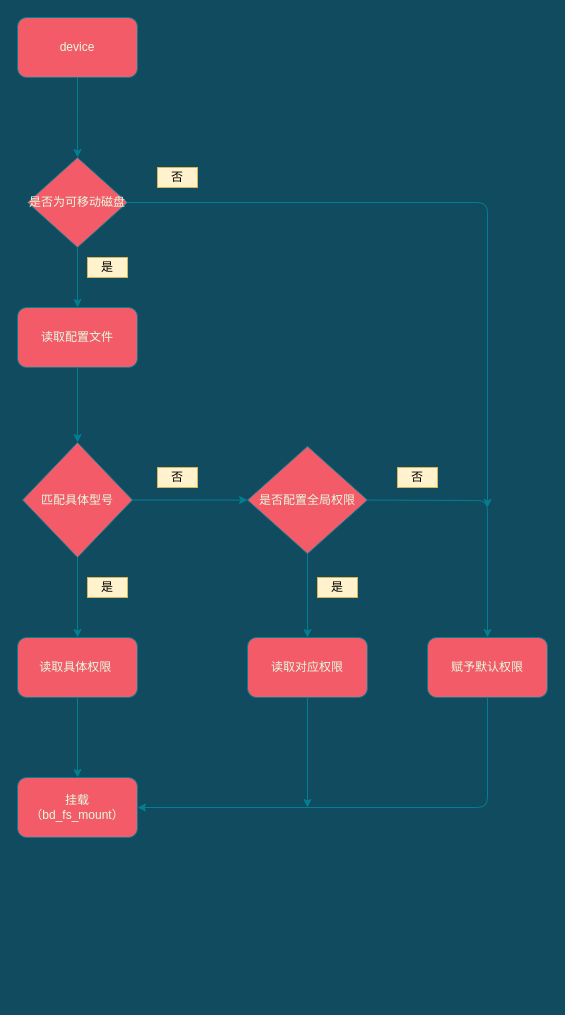
Above: udisks2-control.drawio in lishengyu/mk (draw.io), before the change. Source tidied: cells renumbered, new cells numbered last; positions are measured from the earlier drawing's top-left corner, leaving out a move shared by most shapes. Both pictures are drawn from the tidied source at 100%, with x=0, y=0 at pixel (17, 17).
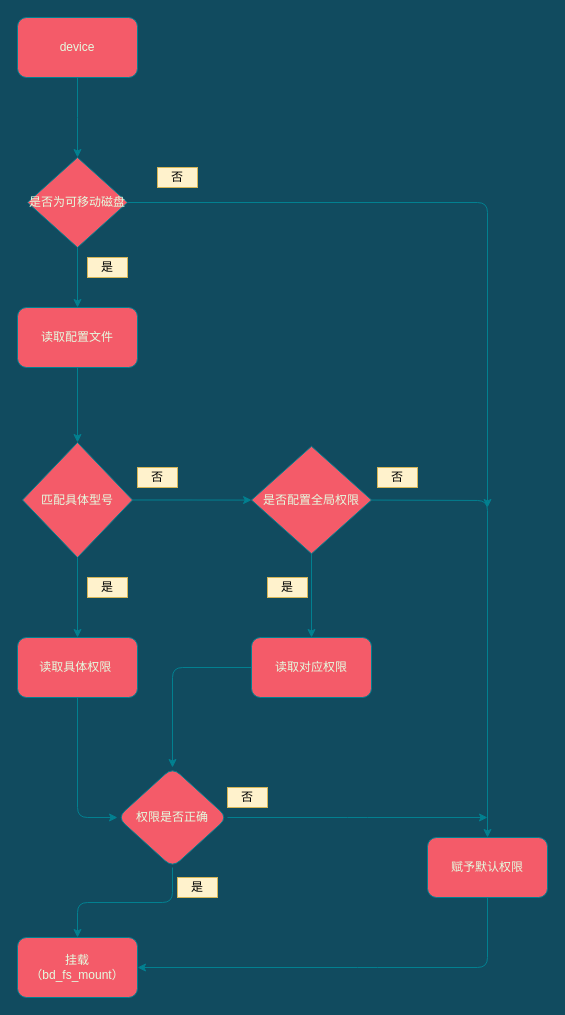
After the change.

Unchanged cells that the change refers to:
```xml
<mxCell id="12" value="读取具体权限&amp;nbsp;" style="rounded=1;whiteSpace=wrap;html=1;fillColor=#F45B69;strokeColor=#028090;fontColor=#E4FDE1;" parent="1" vertex="1">
  <mxGeometry y="620" width="120" height="60" as="geometry" />
</mxCell>
```

Diff of the diagram source:
```diff
@@
-    <mxCell id="11" style="edgeStyle=orthogonalEdgeStyle;rounded=0;jettySize=auto;html=1;labelBackgroundColor=#114B5F;strokeColor=#028090;fontColor=#E4FDE1;" parent="1" edge="1" source="12" target="13">
-      <mxGeometry relative="1" as="geometry" />
-    </mxCell>
+    <mxCell id="28" style="edgeStyle=orthogonalEdgeStyle;curved=0;rounded=1;sketch=0;jettySize=auto;html=1;fontColor=#E4FDE1;strokeColor=#028090;fillColor=#F45B69;entryX=0;entryY=0.5;entryDx=0;entryDy=0;" parent="1" edge="1" source="12" target="32">
+      <mxGeometry relative="1" as="geometry" />
+    </mxCell>
@@
     <mxCell id="13" value="挂载&lt;br&gt;（bd_fs_mount）" style="whiteSpace=wrap;html=1;rounded=1;fillColor=#F45B69;strokeColor=#028090;fontColor=#E4FDE1;" parent="1" vertex="1">
-      <mxGeometry y="760" width="120" height="60" as="geometry" />
+      <mxGeometry y="920" width="120" height="60" as="geometry" />
     </mxCell>
@@
     <mxCell id="17" value="否" style="text;html=1;align=center;verticalAlign=middle;whiteSpace=wrap;rounded=0;fillColor=#fff2cc;strokeColor=#d6b656;" parent="1" vertex="1">
-      <mxGeometry x="140" y="450" width="40" height="20" as="geometry" />
+      <mxGeometry x="120" y="450" width="40" height="20" as="geometry" />
     </mxCell>
@@
     <mxCell id="19" value="是否配置全局权限" style="rhombus;whiteSpace=wrap;html=1;rounded=0;sketch=0;fontColor=#E4FDE1;strokeColor=#028090;fillColor=#F45B69;" parent="1" vertex="1">
-      <mxGeometry x="230" y="428.8" width="120" height="107.5" as="geometry" />
+      <mxGeometry x="234" y="428.8" width="120" height="107.5" as="geometry" />
     </mxCell>
+    <mxCell id="29" style="edgeStyle=orthogonalEdgeStyle;curved=0;rounded=1;sketch=0;jettySize=auto;html=1;fontColor=#E4FDE1;strokeColor=#028090;fillColor=#F45B69;" parent="1" edge="1" source="20" target="32">
+      <mxGeometry relative="1" as="geometry">
+        <Array as="points">
+          <mxPoint x="155" y="650" />
+        </Array>
+      </mxGeometry>
+    </mxCell>
     <mxCell id="20" value="读取对应权限" style="rounded=1;whiteSpace=wrap;html=1;sketch=0;fontColor=#E4FDE1;strokeColor=#028090;fillColor=#F45B69;" parent="1" vertex="1">
-      <mxGeometry x="230" y="620" width="120" height="60" as="geometry" />
+      <mxGeometry x="234" y="620" width="120" height="60" as="geometry" />
     </mxCell>
@@
     <mxCell id="22" value="赋予默认权限" style="rounded=1;whiteSpace=wrap;html=1;sketch=0;fontColor=#E4FDE1;strokeColor=#028090;fillColor=#F45B69;" parent="1" vertex="1">
-      <mxGeometry x="410" y="620" width="120" height="60" as="geometry" />
+      <mxGeometry x="410" y="820" width="120" height="60" as="geometry" />
     </mxCell>
@@
-    <mxCell id="24" style="endArrow=classic;html=1;fontColor=#E4FDE1;strokeColor=#028090;fillColor=#F45B69;exitX=0.5;exitY=1;exitDx=0;exitDy=0;" parent="1" edge="1" source="20">
-      <mxGeometry relative="1" as="geometry">
-        <mxPoint x="290" y="790" as="targetPoint" />
-      </mxGeometry>
-    </mxCell>
-    <mxCell id="25" style="endArrow=classic;html=1;fontColor=#E4FDE1;strokeColor=#028090;fillColor=#F45B69;exitX=0.5;exitY=1;exitDx=0;exitDy=0;" parent="1" edge="1" source="22">
+    <mxCell id="25" style="endArrow=classic;html=1;fontColor=#E4FDE1;strokeColor=#028090;fillColor=#F45B69;exitX=0.5;exitY=1;exitDx=0;exitDy=0;entryX=1;entryY=0.5;entryDx=0;entryDy=0;" parent="1" edge="1" source="22" target="13">
       <mxGeometry relative="1" as="geometry">
-        <mxPoint x="120" y="790" as="targetPoint" />
         <Array as="points">
-          <mxPoint x="470" y="790" />
+          <mxPoint x="470" y="950" />
+          <mxPoint x="350" y="950" />
         </Array>
       </mxGeometry>
     </mxCell>
     <mxCell id="26" value="是" style="text;html=1;align=center;verticalAlign=middle;whiteSpace=wrap;rounded=0;fillColor=#fff2cc;strokeColor=#d6b656;" parent="1" vertex="1">
-      <mxGeometry x="300" y="560" width="40" height="20" as="geometry" />
+      <mxGeometry x="250" y="560" width="40" height="20" as="geometry" />
     </mxCell>
     <mxCell id="27" value="否" style="text;html=1;align=center;verticalAlign=middle;whiteSpace=wrap;rounded=0;fillColor=#fff2cc;strokeColor=#d6b656;" parent="1" vertex="1">
-      <mxGeometry x="380" y="450" width="40" height="20" as="geometry" />
+      <mxGeometry x="360" y="450" width="40" height="20" as="geometry" />
     </mxCell>
+    <mxCell id="30" style="edgeStyle=orthogonalEdgeStyle;curved=0;rounded=1;sketch=0;jettySize=auto;html=1;fontColor=#E4FDE1;strokeColor=#028090;fillColor=#F45B69;" parent="1" edge="1" source="32" target="13">
+      <mxGeometry relative="1" as="geometry" />
+    </mxCell>
+    <mxCell id="31" style="edgeStyle=orthogonalEdgeStyle;curved=0;rounded=1;sketch=0;jettySize=auto;html=1;fontColor=#E4FDE1;strokeColor=#028090;fillColor=#F45B69;" parent="1" edge="1" source="32">
+      <mxGeometry relative="1" as="geometry">
+        <mxPoint x="470" y="800" as="targetPoint" />
+      </mxGeometry>
+    </mxCell>
+    <mxCell id="32" value="权限是否正确" style="rhombus;whiteSpace=wrap;html=1;rounded=1;fontColor=#E4FDE1;strokeColor=#028090;fillColor=#F45B69;" parent="1" vertex="1">
+      <mxGeometry x="100" y="750" width="110" height="100" as="geometry" />
+    </mxCell>
+    <mxCell id="33" value="是" style="text;html=1;align=center;verticalAlign=middle;whiteSpace=wrap;rounded=0;fillColor=#fff2cc;strokeColor=#d6b656;" parent="1" vertex="1">
+      <mxGeometry x="160" y="860" width="40" height="20" as="geometry" />
+    </mxCell>
+    <mxCell id="34" value="否" style="text;html=1;align=center;verticalAlign=middle;whiteSpace=wrap;rounded=0;fillColor=#fff2cc;strokeColor=#d6b656;" parent="1" vertex="1">
+      <mxGeometry x="210" y="770" width="40" height="20" as="geometry" />
+    </mxCell>
```
